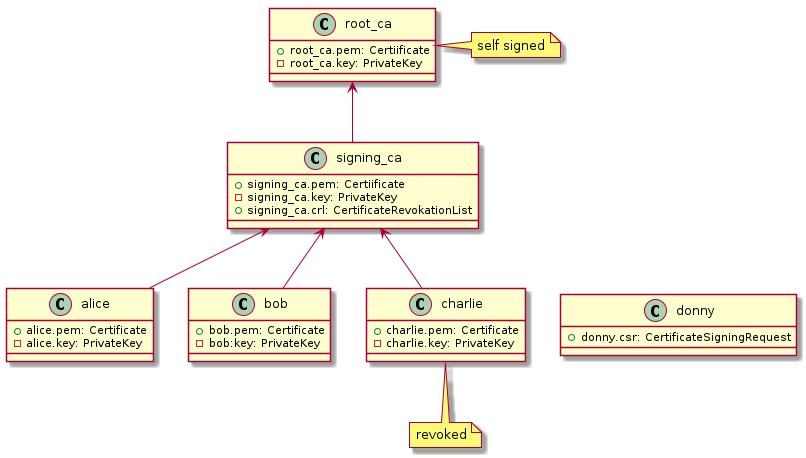
falk-werner/openssl-example keeps this PlantUML diagram as doc/pki.png. Above is the earlier version.
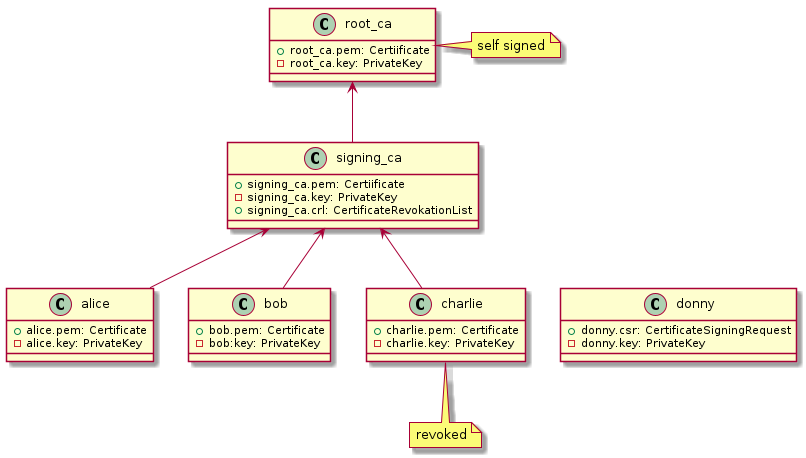
After the commit.

Diff of the diagram source:
```diff
@@ -28,6 +28,7 @@
 
 class donny {
     +donny.csr: CertificateSigningRequest
+    -donny.key: PrivateKey
 }
 
 root_ca <-- signing_ca
```
